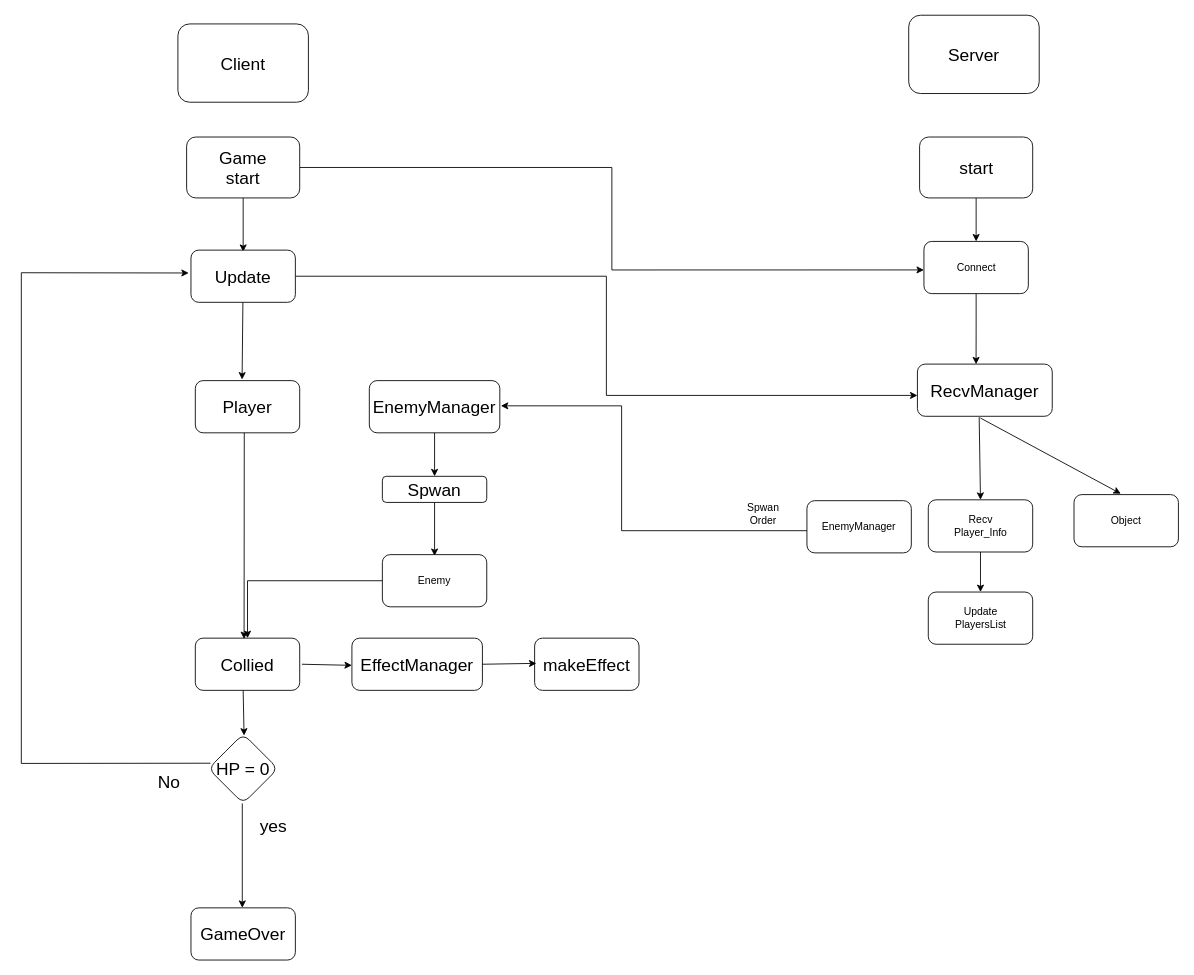
This is drawing/hight_level.drawio from lhb0269/NetGameProject, a draw.io file, before an edit. Source tidied: cells renumbered, new cells numbered last; positions are measured from the earlier drawing's top-left corner, leaving out a move shared by most shapes. Both pictures are drawn from the tidied source at 87%, with x=0, y=0 at pixel (21, 15).
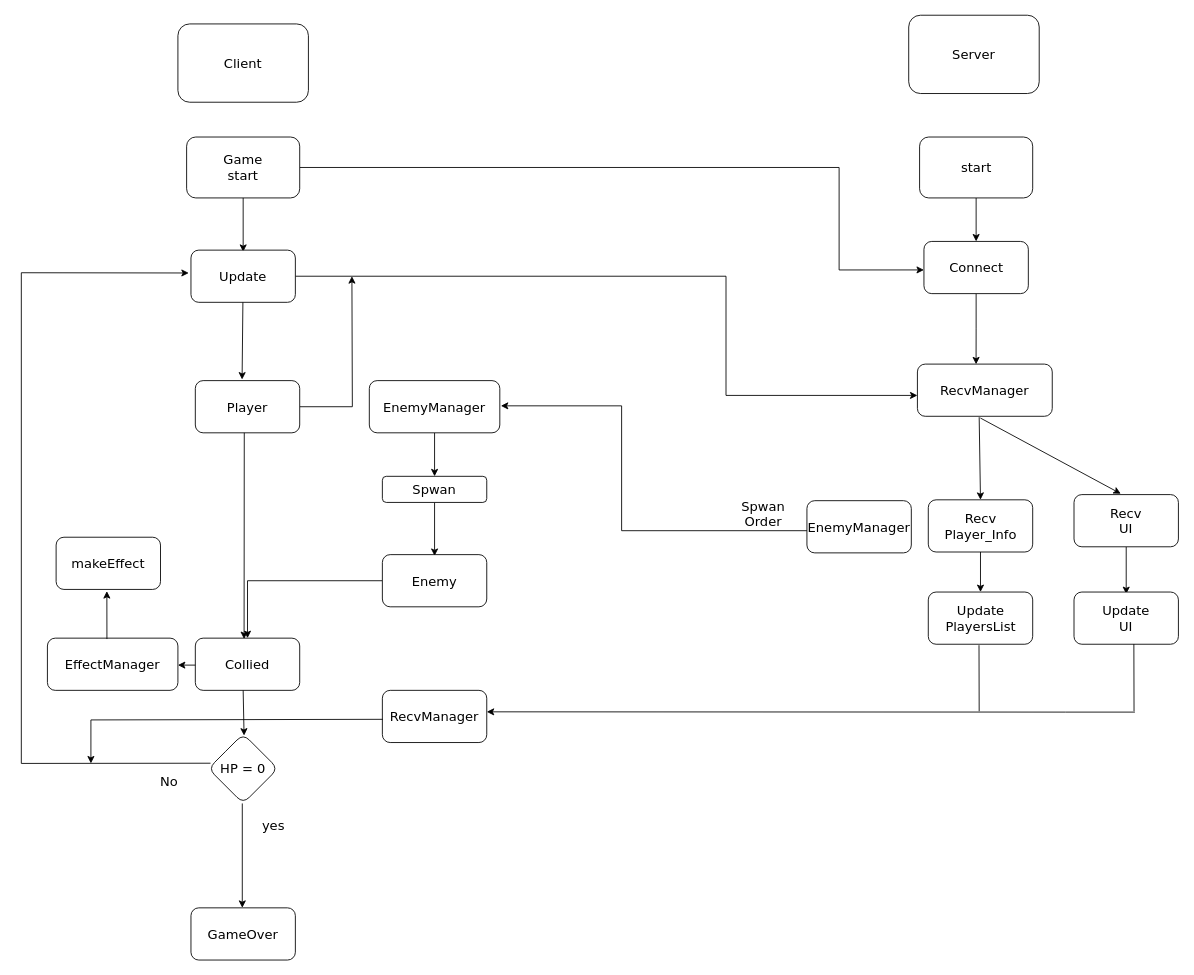
The same diagram, later.

Diff of the diagram source:
```diff
@@
-    <mxCell id="2" value="&lt;font style=&quot;font-size: 20px;&quot;&gt;Client&lt;/font&gt;" style="rounded=1;whiteSpace=wrap;html=1;" parent="1" vertex="1">
+    <mxCell id="2" value="&lt;font style=&quot;font-size: 15px;&quot;&gt;Client&lt;/font&gt;" style="rounded=1;whiteSpace=wrap;html=1;fontFamily=Verdana;fontSize=15;" parent="1" vertex="1">
       <mxGeometry x="180" y="10" width="150" height="90" as="geometry" />
     </mxCell>
-    <mxCell id="3" value="&lt;font style=&quot;font-size: 20px;&quot;&gt;Server&lt;/font&gt;" style="rounded=1;whiteSpace=wrap;html=1;" parent="1" vertex="1">
+    <mxCell id="3" value="&lt;font style=&quot;font-size: 15px;&quot;&gt;Server&lt;/font&gt;" style="rounded=1;whiteSpace=wrap;html=1;fontFamily=Verdana;fontSize=15;" parent="1" vertex="1">
       <mxGeometry x="1020" width="150" height="90" as="geometry" />
     </mxCell>
-    <mxCell id="4" value="RecvManager" style="rounded=1;whiteSpace=wrap;html=1;fontSize=20;" parent="1" vertex="1">
+    <mxCell id="4" value="RecvManager" style="rounded=1;whiteSpace=wrap;html=1;fontSize=15;fontFamily=Verdana;" parent="1" vertex="1">
       <mxGeometry x="1030" y="401" width="155" height="60" as="geometry" />
     </mxCell>
-    <mxCell id="5" style="edgeStyle=orthogonalEdgeStyle;rounded=0;jettySize=auto;html=1;entryX=0;entryY=0.546;entryDx=0;entryDy=0;entryPerimeter=0;" parent="1" edge="1" source="6" target="37">
-      <mxGeometry relative="1" as="geometry" />
+    <mxCell id="5" style="edgeStyle=orthogonalEdgeStyle;rounded=0;jettySize=auto;html=1;entryX=0;entryY=0.546;entryDx=0;entryDy=0;entryPerimeter=0;fontFamily=Verdana;fontSize=15;" parent="1" edge="1" source="6" target="37">
+      <mxGeometry relative="1" as="geometry">
+        <Array as="points">
+          <mxPoint x="940" y="175" />
+          <mxPoint x="940" y="293" />
+        </Array>
+      </mxGeometry>
     </mxCell>
-    <mxCell id="6" value="Game&lt;br&gt;start" style="rounded=1;whiteSpace=wrap;html=1;fontSize=20;" parent="1" vertex="1">
+    <mxCell id="6" value="Game&lt;br style=&quot;font-size: 15px;&quot;&gt;start" style="rounded=1;whiteSpace=wrap;html=1;fontSize=15;fontFamily=Verdana;" parent="1" vertex="1">
       <mxGeometry x="190" y="140" width="130" height="70" as="geometry" />
     </mxCell>
-    <mxCell id="7" style="endArrow=classic;html=1;rounded=0;fontSize=20;exitX=0.5;exitY=1;exitDx=0;exitDy=0;entryX=0.5;entryY=0.033;entryDx=0;entryDy=0;entryPerimeter=0;" parent="1" edge="1" source="6" target="9">
+    <mxCell id="7" style="endArrow=classic;html=1;rounded=0;fontSize=15;exitX=0.5;exitY=1;exitDx=0;exitDy=0;entryX=0.5;entryY=0.033;entryDx=0;entryDy=0;entryPerimeter=0;fontFamily=Verdana;" parent="1" edge="1" source="6" target="9">
       <mxGeometry relative="1" as="geometry" />
     </mxCell>
-    <mxCell id="8" style="edgeStyle=orthogonalEdgeStyle;rounded=0;jettySize=auto;html=1;entryX=0;entryY=0.6;entryDx=0;entryDy=0;entryPerimeter=0;" parent="1" edge="1" source="9" target="4">
-      <mxGeometry relative="1" as="geometry" />
+    <mxCell id="8" style="edgeStyle=orthogonalEdgeStyle;rounded=0;jettySize=auto;html=1;entryX=0;entryY=0.6;entryDx=0;entryDy=0;entryPerimeter=0;fontFamily=Verdana;fontSize=15;" parent="1" edge="1" source="9" target="4">
+      <mxGeometry relative="1" as="geometry">
+        <Array as="points">
+          <mxPoint x="810" y="300" />
+          <mxPoint x="810" y="437" />
+        </Array>
+      </mxGeometry>
     </mxCell>
-    <mxCell id="9" value="Update" style="rounded=1;whiteSpace=wrap;html=1;fontSize=20;" parent="1" vertex="1">
+    <mxCell id="9" value="Update" style="rounded=1;whiteSpace=wrap;html=1;fontSize=15;fontFamily=Verdana;" parent="1" vertex="1">
       <mxGeometry x="195" y="270" width="120" height="60" as="geometry" />
     </mxCell>
-    <mxCell id="10" style="endArrow=classic;html=1;rounded=0;fontSize=20;entryX=0.448;entryY=-0.021;entryDx=0;entryDy=0;entryPerimeter=0;" parent="1" edge="1" source="9" target="13">
+    <mxCell id="10" style="endArrow=classic;html=1;rounded=0;fontSize=15;entryX=0.448;entryY=-0.021;entryDx=0;entryDy=0;entryPerimeter=0;fontFamily=Verdana;" parent="1" edge="1" source="9" target="13">
       <mxGeometry relative="1" as="geometry" />
     </mxCell>
-    <mxCell id="11" style="edgeStyle=orthogonalEdgeStyle;rounded=0;jettySize=auto;html=1;" parent="1" edge="1" source="12" target="16">
+    <mxCell id="11" style="edgeStyle=orthogonalEdgeStyle;rounded=0;jettySize=auto;html=1;fontFamily=Verdana;fontSize=15;" parent="1" edge="1" source="12" target="16">
       <mxGeometry relative="1" as="geometry" />
     </mxCell>
-    <mxCell id="12" value="EnemyManager" style="rounded=1;whiteSpace=wrap;html=1;fontSize=20;" parent="1" vertex="1">
+    <mxCell id="12" value="EnemyManager" style="rounded=1;whiteSpace=wrap;html=1;fontSize=15;fontFamily=Verdana;" parent="1" vertex="1">
       <mxGeometry x="400" y="420" width="150" height="60" as="geometry" />
     </mxCell>
+    <mxCell id="44" style="edgeStyle=orthogonalEdgeStyle;rounded=0;jettySize=auto;html=1;fontFamily=Verdana;fontSize=15;" parent="1" edge="1" source="13">
+      <mxGeometry relative="1" as="geometry">
+        <mxPoint x="380" y="300" as="targetPoint" />
+      </mxGeometry>
+    </mxCell>
-    <mxCell id="13" value="Player" style="rounded=1;whiteSpace=wrap;html=1;fontSize=20;" parent="1" vertex="1">
+    <mxCell id="13" value="Player" style="rounded=1;whiteSpace=wrap;html=1;fontSize=15;fontFamily=Verdana;" parent="1" vertex="1">
       <mxGeometry x="200" y="420" width="120" height="60" as="geometry" />
     </mxCell>
-    <mxCell id="14" value="EffectManager" style="rounded=1;whiteSpace=wrap;html=1;fontSize=20;" parent="1" vertex="1">
-      <mxGeometry x="380" y="716" width="150" height="60" as="geometry" />
+    <mxCell id="14" value="EffectManager" style="rounded=1;whiteSpace=wrap;html=1;fontSize=15;fontFamily=Verdana;" parent="1" vertex="1">
+      <mxGeometry x="30" y="716" width="150" height="60" as="geometry" />
     </mxCell>
-    <mxCell id="15" style="edgeStyle=orthogonalEdgeStyle;rounded=0;jettySize=auto;html=1;entryX=0.5;entryY=0.025;entryDx=0;entryDy=0;entryPerimeter=0;" parent="1" edge="1" source="16" target="43">
+    <mxCell id="15" style="edgeStyle=orthogonalEdgeStyle;rounded=0;jettySize=auto;html=1;entryX=0.5;entryY=0.025;entryDx=0;entryDy=0;entryPerimeter=0;fontFamily=Verdana;fontSize=15;" parent="1" edge="1" source="16" target="43">
       <mxGeometry relative="1" as="geometry" />
     </mxCell>
-    <mxCell id="16" value="Spwan" style="rounded=1;whiteSpace=wrap;html=1;fontSize=20;" parent="1" vertex="1">
+    <mxCell id="16" value="Spwan" style="rounded=1;whiteSpace=wrap;html=1;fontSize=15;fontFamily=Verdana;" parent="1" vertex="1">
       <mxGeometry x="415" y="530" width="120" height="30" as="geometry" />
     </mxCell>
-    <mxCell id="17" value="Collied" style="rounded=1;whiteSpace=wrap;html=1;shadow=0;fontSize=20;fillColor=none;" parent="1" vertex="1">
+    <mxCell id="17" value="Collied" style="rounded=1;whiteSpace=wrap;html=1;shadow=0;fontSize=15;fillColor=none;fontFamily=Verdana;" parent="1" vertex="1">
       <mxGeometry x="200" y="716" width="120" height="60" as="geometry" />
     </mxCell>
-    <mxCell id="18" style="endArrow=classic;html=1;rounded=0;fontSize=20;exitX=0.469;exitY=1;exitDx=0;exitDy=0;exitPerimeter=0;entryX=0.467;entryY=0.017;entryDx=0;entryDy=0;entryPerimeter=0;" parent="1" edge="1" source="13" target="17">
+    <mxCell id="18" style="endArrow=classic;html=1;rounded=0;fontSize=15;exitX=0.469;exitY=1;exitDx=0;exitDy=0;exitPerimeter=0;entryX=0.467;entryY=0.017;entryDx=0;entryDy=0;entryPerimeter=0;fontFamily=Verdana;" parent="1" edge="1" source="13" target="17">
       <mxGeometry relative="1" as="geometry" />
     </mxCell>
-    <mxCell id="19" value="HP = 0" style="rhombus;whiteSpace=wrap;html=1;rounded=1;shadow=0;fontSize=20;fillColor=none;" parent="1" vertex="1">
+    <mxCell id="19" value="HP = 0" style="rhombus;whiteSpace=wrap;html=1;rounded=1;shadow=0;fontSize=15;fillColor=none;fontFamily=Verdana;" parent="1" vertex="1">
       <mxGeometry x="215" y="826" width="80" height="80" as="geometry" />
     </mxCell>
-    <mxCell id="20" style="endArrow=classic;html=1;rounded=0;fontSize=20;entryX=0.513;entryY=0.025;entryDx=0;entryDy=0;entryPerimeter=0;" parent="1" edge="1" target="19">
+    <mxCell id="20" style="endArrow=classic;html=1;rounded=0;fontSize=15;entryX=0.513;entryY=0.025;entryDx=0;entryDy=0;entryPerimeter=0;fontFamily=Verdana;" parent="1" edge="1" target="19">
       <mxGeometry relative="1" as="geometry">
         <mxPoint x="255" y="776" as="sourcePoint" />
       </mxGeometry>
     </mxCell>
-    <mxCell id="21" style="endArrow=classic;html=1;rounded=0;fontSize=20;" parent="1" edge="1">
+    <mxCell id="21" style="endArrow=classic;html=1;rounded=0;fontSize=15;fontFamily=Verdana;" parent="1" edge="1">
       <mxGeometry relative="1" as="geometry">
         <mxPoint x="254" y="906" as="sourcePoint" />
         <mxPoint x="254" y="1026" as="targetPoint" />
       </mxGeometry>
     </mxCell>
-    <mxCell id="22" value="GameOver" style="rounded=1;whiteSpace=wrap;html=1;shadow=0;fontSize=20;fillColor=none;" parent="1" vertex="1">
+    <mxCell id="22" value="GameOver" style="rounded=1;whiteSpace=wrap;html=1;shadow=0;fontSize=15;fillColor=none;fontFamily=Verdana;" parent="1" vertex="1">
       <mxGeometry x="195" y="1026" width="120" height="60" as="geometry" />
     </mxCell>
-    <mxCell id="23" style="endArrow=classic;html=1;rounded=0;fontSize=20;exitX=1.021;exitY=0.5;exitDx=0;exitDy=0;exitPerimeter=0;entryX=0;entryY=0.521;entryDx=0;entryDy=0;entryPerimeter=0;" parent="1" edge="1" source="17" target="14">
-      <mxGeometry relative="1" as="geometry" />
+    <mxCell id="23" style="endArrow=classic;html=1;rounded=0;fontSize=15;fontFamily=Verdana;" parent="1" edge="1">
+      <mxGeometry relative="1" as="geometry">
+        <mxPoint x="200" y="747" as="sourcePoint" />
+        <mxPoint x="180" y="747" as="targetPoint" />
+      </mxGeometry>
     </mxCell>
-    <mxCell id="24" value="makeEffect" style="rounded=1;whiteSpace=wrap;html=1;shadow=0;fontSize=20;fillColor=none;" parent="1" vertex="1">
-      <mxGeometry x="590" y="716" width="120" height="60" as="geometry" />
+    <mxCell id="24" value="makeEffect" style="rounded=1;whiteSpace=wrap;html=1;shadow=0;fontSize=15;fillColor=none;fontFamily=Verdana;" parent="1" vertex="1">
+      <mxGeometry x="40" y="600" width="120" height="60" as="geometry" />
     </mxCell>
-    <mxCell id="25" style="endArrow=classic;html=1;rounded=0;fontSize=20;entryX=0.017;entryY=0.483;entryDx=0;entryDy=0;entryPerimeter=0;" parent="1" edge="1" target="24">
-      <mxGeometry relative="1" as="geometry">
-        <mxPoint x="530" y="746" as="sourcePoint" />
-      </mxGeometry>
+    <mxCell id="25" style="endArrow=classic;html=1;rounded=0;fontSize=15;entryX=0.486;entryY=1.033;entryDx=0;entryDy=0;entryPerimeter=0;exitX=0.456;exitY=0.017;exitDx=0;exitDy=0;exitPerimeter=0;fontFamily=Verdana;" parent="1" edge="1" source="14" target="24">
+      <mxGeometry relative="1" as="geometry" />
     </mxCell>
-    <mxCell id="26" style="endArrow=classic;html=1;rounded=0;fontSize=20;exitX=0.031;exitY=0.422;exitDx=0;exitDy=0;exitPerimeter=0;entryX=-0.021;entryY=0.438;entryDx=0;entryDy=0;entryPerimeter=0;" parent="1" edge="1" source="19" target="9">
+    <mxCell id="26" style="endArrow=classic;html=1;rounded=0;fontSize=15;exitX=0.031;exitY=0.422;exitDx=0;exitDy=0;exitPerimeter=0;entryX=-0.021;entryY=0.438;entryDx=0;entryDy=0;entryPerimeter=0;fontFamily=Verdana;" parent="1" edge="1" source="19" target="9">
       <mxGeometry relative="1" as="geometry">
         <Array as="points">
           <mxPoint y="860" />
           <mxPoint y="296" />
         </Array>
       </mxGeometry>
     </mxCell>
-    <mxCell id="27" value="yes" style="text;html=1;strokeColor=none;fillColor=none;align=center;verticalAlign=middle;whiteSpace=wrap;rounded=0;shadow=0;fontSize=20;" parent="1" vertex="1">
+    <mxCell id="27" value="yes" style="text;html=1;strokeColor=none;fillColor=none;align=center;verticalAlign=middle;whiteSpace=wrap;rounded=0;shadow=0;fontSize=15;fontFamily=Verdana;" parent="1" vertex="1">
       <mxGeometry x="260" y="916" width="60" height="30" as="geometry" />
     </mxCell>
-    <mxCell id="28" value="No" style="text;html=1;strokeColor=none;fillColor=none;align=center;verticalAlign=middle;whiteSpace=wrap;rounded=0;shadow=0;fontSize=20;" parent="1" vertex="1">
+    <mxCell id="28" value="No" style="text;html=1;strokeColor=none;fillColor=none;align=center;verticalAlign=middle;whiteSpace=wrap;rounded=0;shadow=0;fontSize=15;fontFamily=Verdana;" parent="1" vertex="1">
       <mxGeometry x="140" y="866" width="60" height="30" as="geometry" />
     </mxCell>
-    <mxCell id="29" style="endArrow=classic;html=1;rounded=0;exitX=0.458;exitY=1.017;exitDx=0;exitDy=0;exitPerimeter=0;entryX=0.5;entryY=0;entryDx=0;entryDy=0;entryPerimeter=0;" parent="1" edge="1" source="4" target="32">
+    <mxCell id="29" style="endArrow=classic;html=1;rounded=0;exitX=0.458;exitY=1.017;exitDx=0;exitDy=0;exitPerimeter=0;entryX=0.5;entryY=0;entryDx=0;entryDy=0;entryPerimeter=0;fontFamily=Verdana;fontSize=15;" parent="1" edge="1" source="4" target="32">
       <mxGeometry relative="1" as="geometry" />
     </mxCell>
-    <mxCell id="30" style="endArrow=classic;html=1;rounded=0;exitX=0.467;exitY=1.033;exitDx=0;exitDy=0;exitPerimeter=0;entryX=0.448;entryY=-0.017;entryDx=0;entryDy=0;entryPerimeter=0;" parent="1" edge="1" source="4" target="33">
+    <mxCell id="30" style="endArrow=classic;html=1;rounded=0;exitX=0.467;exitY=1.033;exitDx=0;exitDy=0;exitPerimeter=0;entryX=0.448;entryY=-0.017;entryDx=0;entryDy=0;entryPerimeter=0;fontFamily=Verdana;fontSize=15;" parent="1" edge="1" source="4" target="33">
       <mxGeometry relative="1" as="geometry" />
     </mxCell>
-    <mxCell id="31" style="edgeStyle=orthogonalEdgeStyle;rounded=0;jettySize=auto;html=1;" parent="1" edge="1" source="32" target="38">
+    <mxCell id="31" style="edgeStyle=orthogonalEdgeStyle;rounded=0;jettySize=auto;html=1;fontFamily=Verdana;fontSize=15;" parent="1" edge="1" source="32" target="38">
       <mxGeometry relative="1" as="geometry" />
     </mxCell>
-    <mxCell id="32" value="Recv&lt;br&gt;Player_Info" style="rounded=1;whiteSpace=wrap;html=1;" parent="1" vertex="1">
+    <mxCell id="32" value="Recv&lt;br style=&quot;font-size: 15px;&quot;&gt;Player_Info" style="rounded=1;whiteSpace=wrap;html=1;fontFamily=Verdana;fontSize=15;" parent="1" vertex="1">
       <mxGeometry x="1042.5" y="557" width="120" height="60" as="geometry" />
     </mxCell>
+    <mxCell id="45" style="edgeStyle=orthogonalEdgeStyle;rounded=0;jettySize=auto;html=1;entryX=0.5;entryY=0.039;entryDx=0;entryDy=0;entryPerimeter=0;fontFamily=Verdana;fontSize=15;" parent="1" edge="1" source="33" target="47">
+      <mxGeometry relative="1" as="geometry" />
+    </mxCell>
-    <mxCell id="33" value="Object" style="rounded=1;whiteSpace=wrap;html=1;" parent="1" vertex="1">
+    <mxCell id="33" value="Recv&lt;br style=&quot;font-size: 15px;&quot;&gt;UI" style="rounded=1;whiteSpace=wrap;html=1;fontFamily=Verdana;fontSize=15;" parent="1" vertex="1">
       <mxGeometry x="1210" y="551" width="120" height="60" as="geometry" />
     </mxCell>
-    <mxCell id="34" style="edgeStyle=orthogonalEdgeStyle;rounded=0;jettySize=auto;html=1;" parent="1" edge="1" source="35" target="37">
+    <mxCell id="34" style="edgeStyle=orthogonalEdgeStyle;rounded=0;jettySize=auto;html=1;fontFamily=Verdana;fontSize=15;" parent="1" edge="1" source="35" target="37">
       <mxGeometry relative="1" as="geometry" />
     </mxCell>
-    <mxCell id="35" value="start" style="rounded=1;whiteSpace=wrap;html=1;fontSize=20;" parent="1" vertex="1">
+    <mxCell id="35" value="start" style="rounded=1;whiteSpace=wrap;html=1;fontSize=15;fontFamily=Verdana;" parent="1" vertex="1">
       <mxGeometry x="1032.5" y="140" width="130" height="70" as="geometry" />
     </mxCell>
-    <mxCell id="36" style="edgeStyle=orthogonalEdgeStyle;rounded=0;jettySize=auto;html=1;entryX=0.435;entryY=0.004;entryDx=0;entryDy=0;entryPerimeter=0;" parent="1" edge="1" source="37" target="4">
+    <mxCell id="36" style="edgeStyle=orthogonalEdgeStyle;rounded=0;jettySize=auto;html=1;entryX=0.435;entryY=0.004;entryDx=0;entryDy=0;entryPerimeter=0;fontFamily=Verdana;fontSize=15;" parent="1" edge="1" source="37" target="4">
       <mxGeometry relative="1" as="geometry" />
     </mxCell>
-    <mxCell id="37" value="Connect" style="rounded=1;whiteSpace=wrap;html=1;" parent="1" vertex="1">
+    <mxCell id="37" value="Connect" style="rounded=1;whiteSpace=wrap;html=1;fontFamily=Verdana;fontSize=15;" parent="1" vertex="1">
       <mxGeometry x="1037.5" y="260" width="120" height="60" as="geometry" />
     </mxCell>
+    <mxCell id="46" style="edgeStyle=orthogonalEdgeStyle;rounded=0;orthogonalLoop=1;jettySize=auto;html=1;entryX=1;entryY=0.628;entryDx=0;entryDy=0;entryPerimeter=0;fontFamily=Verdana;fontSize=15;" parent="1" edge="1">
+      <mxGeometry relative="1" as="geometry">
+        <mxPoint x="1280" y="801" as="sourcePoint" />
+        <mxPoint x="535" y="800.7" as="targetPoint" />
+        <Array as="points">
+          <mxPoint x="1200" y="801" />
+          <mxPoint x="1200" y="801" />
+        </Array>
+      </mxGeometry>
+    </mxCell>
-    <mxCell id="38" value="Update&lt;br&gt;PlayersList" style="rounded=1;whiteSpace=wrap;html=1;" parent="1" vertex="1">
+    <mxCell id="38" value="Update&lt;br style=&quot;font-size: 15px;&quot;&gt;PlayersList" style="rounded=1;whiteSpace=wrap;html=1;fontFamily=Verdana;fontSize=15;" parent="1" vertex="1">
       <mxGeometry x="1042.5" y="663" width="120" height="60" as="geometry" />
     </mxCell>
-    <mxCell id="39" style="edgeStyle=orthogonalEdgeStyle;rounded=0;jettySize=auto;html=1;entryX=1.008;entryY=0.483;entryDx=0;entryDy=0;entryPerimeter=0;exitX=0.01;exitY=0.575;exitDx=0;exitDy=0;exitPerimeter=0;" parent="1" edge="1" source="40" target="12">
+    <mxCell id="39" style="edgeStyle=orthogonalEdgeStyle;rounded=0;jettySize=auto;html=1;entryX=1.008;entryY=0.483;entryDx=0;entryDy=0;entryPerimeter=0;exitX=0.01;exitY=0.575;exitDx=0;exitDy=0;exitPerimeter=0;fontFamily=Verdana;fontSize=15;" parent="1" edge="1" source="40" target="12">
       <mxGeometry relative="1" as="geometry">
         <Array as="points">
           <mxPoint x="690" y="592" />
           <mxPoint x="690" y="449" />
         </Array>
       </mxGeometry>
     </mxCell>
-    <mxCell id="40" value="EnemyManager" style="rounded=1;whiteSpace=wrap;html=1;" parent="1" vertex="1">
+    <mxCell id="40" value="EnemyManager" style="rounded=1;whiteSpace=wrap;html=1;fontFamily=Verdana;fontSize=15;" parent="1" vertex="1">
       <mxGeometry x="903" y="558" width="120" height="60" as="geometry" />
     </mxCell>
-    <mxCell id="41" value="Spwan&lt;br&gt;Order" style="text;html=1;strokeColor=none;fillColor=none;align=center;verticalAlign=middle;whiteSpace=wrap;rounded=0;rotation=0;" parent="1" vertex="1">
+    <mxCell id="41" value="Spwan&lt;br style=&quot;font-size: 15px;&quot;&gt;Order" style="text;html=1;strokeColor=none;fillColor=none;align=center;verticalAlign=middle;whiteSpace=wrap;rounded=0;rotation=0;fontFamily=Verdana;fontSize=15;" parent="1" vertex="1">
       <mxGeometry x="823" y="558" width="60" height="30" as="geometry" />
     </mxCell>
-    <mxCell id="42" style="edgeStyle=orthogonalEdgeStyle;rounded=0;jettySize=auto;html=1;" parent="1" edge="1" source="43" target="17">
+    <mxCell id="42" style="edgeStyle=orthogonalEdgeStyle;rounded=0;jettySize=auto;html=1;fontFamily=Verdana;fontSize=15;" parent="1" edge="1" source="43" target="17">
       <mxGeometry relative="1" as="geometry" />
     </mxCell>
-    <mxCell id="43" value="Enemy" style="rounded=1;whiteSpace=wrap;html=1;" parent="1" vertex="1">
+    <mxCell id="43" value="Enemy" style="rounded=1;whiteSpace=wrap;html=1;fontFamily=Verdana;fontSize=15;" parent="1" vertex="1">
       <mxGeometry x="415" y="620" width="120" height="60" as="geometry" />
     </mxCell>
+    <mxCell id="47" value="Update&lt;br style=&quot;font-size: 15px;&quot;&gt;UI" style="rounded=1;whiteSpace=wrap;html=1;fontFamily=Verdana;fontSize=15;" parent="1" vertex="1">
+      <mxGeometry x="1210" y="663" width="120" height="60" as="geometry" />
+    </mxCell>
+    <mxCell id="48" value="RecvManager" style="rounded=1;whiteSpace=wrap;html=1;fontFamily=Verdana;fontSize=15;" parent="1" vertex="1">
+      <mxGeometry x="415" y="776" width="120" height="60" as="geometry" />
+    </mxCell>
+    <mxCell id="49" style="endArrow=none;html=1;rounded=0;strokeColor=default;entryX=0.486;entryY=1.018;entryDx=0;entryDy=0;entryPerimeter=0;fontFamily=Verdana;fontSize=15;" parent="1" edge="1">
+      <mxGeometry relative="1" as="geometry">
+        <mxPoint x="1101" y="800" as="sourcePoint" />
+        <mxPoint x="1100.8" y="724.1" as="targetPoint" />
+      </mxGeometry>
+    </mxCell>
+    <mxCell id="50" style="endArrow=none;html=1;rounded=0;strokeColor=default;entryX=0.59;entryY=0.998;entryDx=0;entryDy=0;entryPerimeter=0;fontFamily=Verdana;fontSize=15;" parent="1" edge="1">
+      <mxGeometry relative="1" as="geometry">
+        <mxPoint x="1279" y="800" as="sourcePoint" />
+        <mxPoint x="1278.8" y="722.9" as="targetPoint" />
+      </mxGeometry>
+    </mxCell>
+    <mxCell id="51" style="endArrow=classic;html=1;rounded=0;strokeColor=default;exitX=0.004;exitY=0.555;exitDx=0;exitDy=0;exitPerimeter=0;fontFamily=Verdana;fontSize=15;" parent="1" edge="1" source="48">
+      <mxGeometry relative="1" as="geometry">
+        <mxPoint x="80" y="860" as="targetPoint" />
+        <Array as="points">
+          <mxPoint x="80" y="810" />
+        </Array>
+      </mxGeometry>
+    </mxCell>
```
